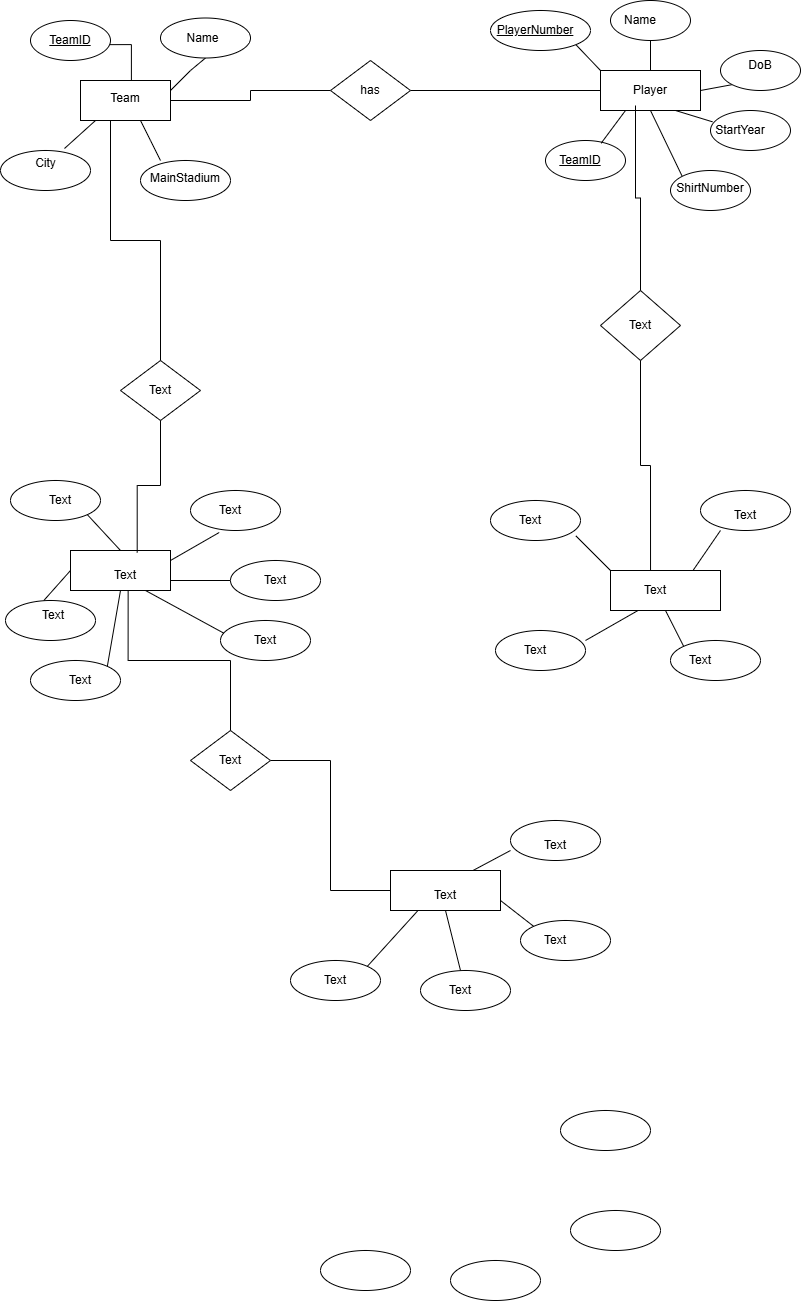
Kavindi2002/Kavindi2002 keeps this draw.io diagram as Untitled Diagram.drawio.png. Above is the earlier version. Source tidied: cells renumbered, new cells last; positions are measured from the earlier drawing's top-left corner, leaving out a move shared by most shapes.
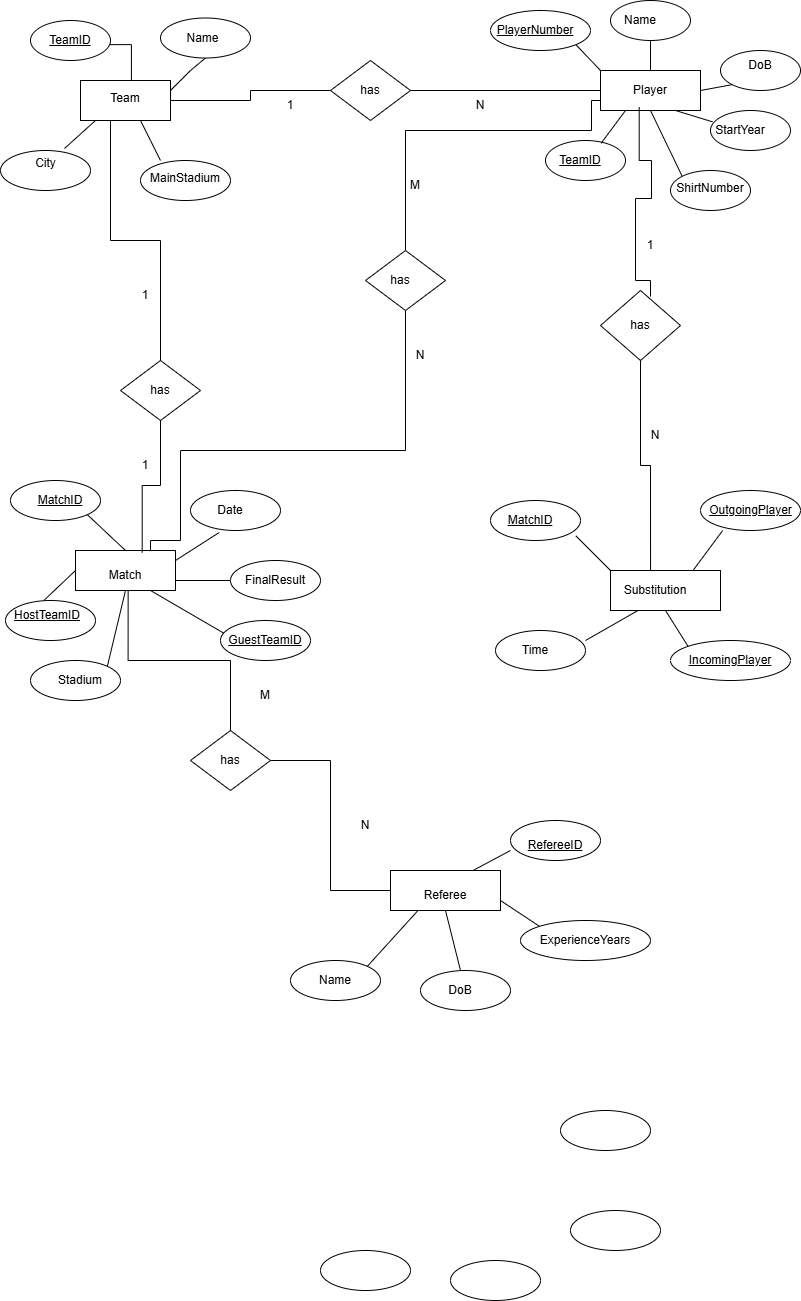
Later version of the same file.

The edit, as a diff of the source:
```diff
@@ -24,8 +24,18 @@
     <mxCell id="7" style="edgeStyle=none;rounded=0;jettySize=auto;html=1;exitX=0.5;exitY=1;exitDx=0;exitDy=0;entryX=1;entryY=0;entryDx=0;entryDy=0;endArrow=none;startFill=0;" parent="1" edge="1" source="8" target="38">
       <mxGeometry relative="1" as="geometry" />
     </mxCell>
+    <mxCell id="103" style="edgeStyle=orthogonalEdgeStyle;rounded=0;jettySize=auto;html=1;exitX=0.75;exitY=0;exitDx=0;exitDy=0;endArrow=none;startFill=0;" parent="1" edge="1" source="8" target="113">
+      <mxGeometry relative="1" as="geometry">
+        <Array as="points">
+          <mxPoint x="150" y="540" />
+          <mxPoint x="180" y="540" />
+          <mxPoint x="180" y="450" />
+          <mxPoint x="405" y="450" />
+        </Array>
+      </mxGeometry>
+    </mxCell>
     <mxCell id="8" style="rounded=0;whiteSpace=wrap;html=1;" parent="1" vertex="1">
-      <mxGeometry x="70" y="550" width="100" height="40" as="geometry" />
+      <mxGeometry x="75" y="550" width="100" height="40" as="geometry" />
     </mxCell>
     <mxCell id="9" style="rounded=0;jettySize=auto;html=1;exitX=0;exitY=0;exitDx=0;exitDy=0;entryX=1;entryY=1;entryDx=0;entryDy=0;endArrow=none;startFill=0;" parent="1" edge="1" source="13" target="33">
       <mxGeometry relative="1" as="geometry" />
@@ -133,10 +143,10 @@
       <mxGeometry x="510" y="820" width="90" height="40" as="geometry" />
     </mxCell>
     <mxCell id="44" style="ellipse;whiteSpace=wrap;html=1;" parent="1" vertex="1">
-      <mxGeometry x="700" y="490" width="90" height="40" as="geometry" />
+      <mxGeometry x="700" y="490" width="100" height="40" as="geometry" />
     </mxCell>
     <mxCell id="45" style="ellipse;whiteSpace=wrap;html=1;" parent="1" vertex="1">
-      <mxGeometry x="670" y="640" width="90" height="40" as="geometry" />
+      <mxGeometry x="670" y="640" width="120" height="40" as="geometry" />
     </mxCell>
     <mxCell id="46" style="ellipse;whiteSpace=wrap;html=1;" parent="1" vertex="1">
       <mxGeometry x="560" y="1110" width="90" height="40" as="geometry" />
@@ -145,7 +155,7 @@
       <mxGeometry x="570" y="1210" width="90" height="40" as="geometry" />
     </mxCell>
     <mxCell id="48" style="ellipse;whiteSpace=wrap;html=1;" parent="1" vertex="1">
-      <mxGeometry x="520" y="920" width="90" height="40" as="geometry" />
+      <mxGeometry x="520" y="920" width="130" height="40" as="geometry" />
     </mxCell>
     <mxCell id="49" style="ellipse;whiteSpace=wrap;html=1;" parent="1" vertex="1">
       <mxGeometry x="495" y="630" width="90" height="40" as="geometry" />
@@ -206,8 +216,17 @@
     <mxCell id="64" value="has" style="text;html=1;align=center;verticalAlign=middle;whiteSpace=wrap;rounded=0;" parent="1" vertex="1">
       <mxGeometry x="340" y="75" width="60" height="30" as="geometry" />
     </mxCell>
-    <mxCell id="65" style="edgeStyle=orthogonalEdgeStyle;rounded=0;jettySize=auto;html=1;exitX=0.25;exitY=1;exitDx=0;exitDy=0;entryX=0.5;entryY=0;entryDx=0;entryDy=0;endArrow=none;startFill=0;" parent="1" edge="1" source="66" target="21">
-      <mxGeometry relative="1" as="geometry" />
+    <mxCell id="65" style="edgeStyle=orthogonalEdgeStyle;rounded=0;jettySize=auto;html=1;entryX=0.625;entryY=0.086;entryDx=0;entryDy=0;endArrow=none;startFill=0;exitX=0.387;exitY=0.917;exitDx=0;exitDy=0;exitPerimeter=0;entryPerimeter=0;" parent="1" edge="1" source="13" target="21">
+      <mxGeometry relative="1" as="geometry">
+        <Array as="points">
+          <mxPoint x="639" y="160" />
+          <mxPoint x="651" y="160" />
+          <mxPoint x="651" y="198" />
+          <mxPoint x="635" y="198" />
+          <mxPoint x="635" y="280" />
+          <mxPoint x="650" y="280" />
+        </Array>
+      </mxGeometry>
     </mxCell>
     <mxCell id="66" value="&lt;span&gt;Player&lt;/span&gt;" style="text;html=1;align=center;verticalAlign=middle;whiteSpace=wrap;rounded=0;" parent="1" vertex="1">
       <mxGeometry x="620" y="75" width="60" height="30" as="geometry" />
@@ -266,65 +285,110 @@
     <mxCell id="82" style="edgeStyle=none;rounded=0;jettySize=auto;html=1;exitX=0.75;exitY=0;exitDx=0;exitDy=0;entryX=0;entryY=0.75;entryDx=0;entryDy=0;entryPerimeter=0;endArrow=none;startFill=0;" parent="1" edge="1" source="25" target="43">
       <mxGeometry relative="1" as="geometry" />
     </mxCell>
-    <mxCell id="83" value="Text" style="text;html=1;align=center;verticalAlign=middle;whiteSpace=wrap;rounded=0;" parent="1" vertex="1">
+    <mxCell id="83" value="has" style="text;html=1;align=center;verticalAlign=middle;whiteSpace=wrap;rounded=0;" parent="1" vertex="1">
       <mxGeometry x="130" y="375" width="60" height="30" as="geometry" />
     </mxCell>
-    <mxCell id="84" value="Text" style="text;html=1;align=center;verticalAlign=middle;whiteSpace=wrap;rounded=0;" parent="1" vertex="1">
+    <mxCell id="84" value="has" style="text;html=1;align=center;verticalAlign=middle;whiteSpace=wrap;rounded=0;" parent="1" vertex="1">
       <mxGeometry x="610" y="310" width="60" height="30" as="geometry" />
     </mxCell>
-    <mxCell id="85" value="Text" style="text;html=1;align=center;verticalAlign=middle;whiteSpace=wrap;rounded=0;" parent="1" vertex="1">
+    <mxCell id="85" value="has" style="text;html=1;align=center;verticalAlign=middle;whiteSpace=wrap;rounded=0;" parent="1" vertex="1">
       <mxGeometry x="200" y="745" width="60" height="30" as="geometry" />
     </mxCell>
-    <mxCell id="86" value="Text" style="text;html=1;align=center;verticalAlign=middle;whiteSpace=wrap;rounded=0;" parent="1" vertex="1">
+    <mxCell id="86" value="&lt;u&gt;MatchID&lt;/u&gt;" style="text;html=1;align=center;verticalAlign=middle;whiteSpace=wrap;rounded=0;" parent="1" vertex="1">
       <mxGeometry x="30" y="485" width="60" height="30" as="geometry" />
     </mxCell>
-    <mxCell id="87" value="Text" style="text;html=1;align=center;verticalAlign=middle;whiteSpace=wrap;rounded=0;" parent="1" vertex="1">
-      <mxGeometry x="22.5" y="600" width="60" height="30" as="geometry" />
+    <mxCell id="87" value="&lt;u&gt;HostTeamID&lt;/u&gt;" style="text;html=1;align=center;verticalAlign=middle;whiteSpace=wrap;rounded=0;" parent="1" vertex="1">
+      <mxGeometry x="22.5" y="600" width="47.5" height="30" as="geometry" />
     </mxCell>
-    <mxCell id="88" value="Text" style="text;html=1;align=center;verticalAlign=middle;whiteSpace=wrap;rounded=0;" parent="1" vertex="1">
+    <mxCell id="88" value="Stadium" style="text;html=1;align=center;verticalAlign=middle;whiteSpace=wrap;rounded=0;" parent="1" vertex="1">
       <mxGeometry x="50" y="665" width="60" height="30" as="geometry" />
     </mxCell>
-    <mxCell id="89" value="Text" style="text;html=1;align=center;verticalAlign=middle;whiteSpace=wrap;rounded=0;" parent="1" vertex="1">
+    <mxCell id="89" value="&lt;u&gt;GuestTeamID &lt;/u&gt;" style="text;html=1;align=center;verticalAlign=middle;whiteSpace=wrap;rounded=0;" parent="1" vertex="1">
       <mxGeometry x="235" y="625" width="60" height="30" as="geometry" />
     </mxCell>
-    <mxCell id="90" value="Text" style="text;html=1;align=center;verticalAlign=middle;whiteSpace=wrap;rounded=0;" parent="1" vertex="1">
+    <mxCell id="90" value="FinalResult" style="text;html=1;align=center;verticalAlign=middle;whiteSpace=wrap;rounded=0;" parent="1" vertex="1">
       <mxGeometry x="245" y="565" width="60" height="30" as="geometry" />
     </mxCell>
-    <mxCell id="91" value="Text" style="text;html=1;align=center;verticalAlign=middle;whiteSpace=wrap;rounded=0;" parent="1" vertex="1">
+    <mxCell id="91" value="Date" style="text;html=1;align=center;verticalAlign=middle;whiteSpace=wrap;rounded=0;" parent="1" vertex="1">
       <mxGeometry x="200" y="495" width="60" height="30" as="geometry" />
     </mxCell>
-    <mxCell id="92" value="Text" style="text;html=1;align=center;verticalAlign=middle;whiteSpace=wrap;rounded=0;" parent="1" vertex="1">
+    <mxCell id="92" value="Match" style="text;html=1;align=center;verticalAlign=middle;whiteSpace=wrap;rounded=0;" parent="1" vertex="1">
       <mxGeometry x="95" y="560" width="60" height="30" as="geometry" />
     </mxCell>
-    <mxCell id="93" value="Text" style="text;html=1;align=center;verticalAlign=middle;whiteSpace=wrap;rounded=0;" parent="1" vertex="1">
+    <mxCell id="93" value="&lt;span&gt;Referee&lt;/span&gt;" style="text;html=1;align=center;verticalAlign=middle;whiteSpace=wrap;rounded=0;" parent="1" vertex="1">
       <mxGeometry x="415" y="880" width="60" height="30" as="geometry" />
     </mxCell>
-    <mxCell id="94" value="Text" style="text;html=1;align=center;verticalAlign=middle;whiteSpace=wrap;rounded=0;" parent="1" vertex="1">
-      <mxGeometry x="670" y="645" width="60" height="30" as="geometry" />
+    <mxCell id="94" value="&lt;u&gt; IncomingPlayer&lt;/u&gt;" style="text;html=1;align=center;verticalAlign=middle;whiteSpace=wrap;rounded=0;" parent="1" vertex="1">
+      <mxGeometry x="700" y="645" width="60" height="30" as="geometry" />
     </mxCell>
-    <mxCell id="95" value="Text" style="text;html=1;align=center;verticalAlign=middle;whiteSpace=wrap;rounded=0;" parent="1" vertex="1">
+    <mxCell id="95" value=" Time" style="text;html=1;align=center;verticalAlign=middle;whiteSpace=wrap;rounded=0;" parent="1" vertex="1">
       <mxGeometry x="505" y="635" width="60" height="30" as="geometry" />
     </mxCell>
-    <mxCell id="96" value="Text" style="text;html=1;align=center;verticalAlign=middle;whiteSpace=wrap;rounded=0;" parent="1" vertex="1">
-      <mxGeometry x="715" y="500" width="60" height="30" as="geometry" />
+    <mxCell id="96" value="&lt;u&gt;OutgoingPlayer &lt;/u&gt;" style="text;html=1;align=center;verticalAlign=middle;whiteSpace=wrap;rounded=0;" parent="1" vertex="1">
+      <mxGeometry x="727.5" y="490" width="45" height="40" as="geometry" />
     </mxCell>
-    <mxCell id="97" value="Text" style="text;html=1;align=center;verticalAlign=middle;whiteSpace=wrap;rounded=0;" parent="1" vertex="1">
+    <mxCell id="97" value="Substitution" style="text;html=1;align=center;verticalAlign=middle;whiteSpace=wrap;rounded=0;" parent="1" vertex="1">
       <mxGeometry x="625" y="575" width="60" height="30" as="geometry" />
     </mxCell>
-    <mxCell id="98" value="Text" style="text;html=1;align=center;verticalAlign=middle;whiteSpace=wrap;rounded=0;" parent="1" vertex="1">
+    <mxCell id="98" value="&lt;u&gt;MatchID&lt;/u&gt;" style="text;html=1;align=center;verticalAlign=middle;whiteSpace=wrap;rounded=0;" parent="1" vertex="1">
       <mxGeometry x="500" y="505" width="60" height="30" as="geometry" />
     </mxCell>
-    <mxCell id="99" value="Text" style="text;html=1;align=center;verticalAlign=middle;whiteSpace=wrap;rounded=0;" parent="1" vertex="1">
-      <mxGeometry x="525" y="925" width="60" height="30" as="geometry" />
+    <mxCell id="99" value="ExperienceYears" style="text;html=1;align=center;verticalAlign=middle;whiteSpace=wrap;rounded=0;" parent="1" vertex="1">
+      <mxGeometry x="555" y="925" width="60" height="30" as="geometry" />
     </mxCell>
-    <mxCell id="100" value="Text" style="text;html=1;align=center;verticalAlign=middle;whiteSpace=wrap;rounded=0;" parent="1" vertex="1">
+    <mxCell id="100" value="&lt;u&gt;RefereeID &lt;/u&gt;" style="text;html=1;align=center;verticalAlign=middle;whiteSpace=wrap;rounded=0;" parent="1" vertex="1">
       <mxGeometry x="525" y="830" width="60" height="30" as="geometry" />
     </mxCell>
-    <mxCell id="101" value="Text" style="text;html=1;align=center;verticalAlign=middle;whiteSpace=wrap;rounded=0;" parent="1" vertex="1">
+    <mxCell id="101" value="DoB" style="text;html=1;align=center;verticalAlign=middle;whiteSpace=wrap;rounded=0;" parent="1" vertex="1">
       <mxGeometry x="430" y="975" width="60" height="30" as="geometry" />
     </mxCell>
-    <mxCell id="102" value="Text" style="text;html=1;align=center;verticalAlign=middle;whiteSpace=wrap;rounded=0;" parent="1" vertex="1">
+    <mxCell id="102" value="Name" style="text;html=1;align=center;verticalAlign=middle;whiteSpace=wrap;rounded=0;" parent="1" vertex="1">
       <mxGeometry x="305" y="965" width="60" height="30" as="geometry" />
     </mxCell>
+    <mxCell id="104" value="N" style="text;html=1;align=center;verticalAlign=middle;whiteSpace=wrap;rounded=0;" parent="1" vertex="1">
+      <mxGeometry x="335" y="810" width="60" height="30" as="geometry" />
+    </mxCell>
+    <mxCell id="105" value="M" style="text;html=1;align=center;verticalAlign=middle;whiteSpace=wrap;rounded=0;" parent="1" vertex="1">
+      <mxGeometry x="235" y="680" width="60" height="30" as="geometry" />
+    </mxCell>
+    <mxCell id="106" value="N" style="text;html=1;align=center;verticalAlign=middle;whiteSpace=wrap;rounded=0;" parent="1" vertex="1">
+      <mxGeometry x="600" y="420" width="110" height="30" as="geometry" />
+    </mxCell>
+    <mxCell id="107" value="1" style="text;html=1;align=center;verticalAlign=middle;whiteSpace=wrap;rounded=0;" parent="1" vertex="1">
+      <mxGeometry x="630" y="230" width="40" height="30" as="geometry" />
+    </mxCell>
+    <mxCell id="108" value="1" style="text;html=1;align=center;verticalAlign=middle;whiteSpace=wrap;rounded=0;" parent="1" vertex="1">
+      <mxGeometry x="130" y="280" width="30" height="30" as="geometry" />
+    </mxCell>
+    <mxCell id="109" value="1" style="text;html=1;align=center;verticalAlign=middle;whiteSpace=wrap;rounded=0;" parent="1" vertex="1">
+      <mxGeometry x="130" y="450" width="30" height="30" as="geometry" />
+    </mxCell>
+    <mxCell id="110" value="N" style="text;html=1;align=center;verticalAlign=middle;whiteSpace=wrap;rounded=0;" parent="1" vertex="1">
+      <mxGeometry x="450" y="90" width="60" height="30" as="geometry" />
+    </mxCell>
+    <mxCell id="111" value="1" style="text;html=1;align=center;verticalAlign=middle;whiteSpace=wrap;rounded=0;" parent="1" vertex="1">
+      <mxGeometry x="260" y="90" width="60" height="30" as="geometry" />
+    </mxCell>
+    <mxCell id="112" style="edgeStyle=orthogonalEdgeStyle;rounded=0;jettySize=auto;html=1;exitX=0.5;exitY=0;exitDx=0;exitDy=0;entryX=0;entryY=0.75;entryDx=0;entryDy=0;endArrow=none;startFill=0;" parent="1" edge="1" source="113" target="13">
+      <mxGeometry relative="1" as="geometry">
+        <Array as="points">
+          <mxPoint x="405" y="130" />
+          <mxPoint x="591" y="130" />
+          <mxPoint x="591" y="100" />
+        </Array>
+      </mxGeometry>
+    </mxCell>
+    <mxCell id="113" style="rhombus;whiteSpace=wrap;html=1;" parent="1" vertex="1">
+      <mxGeometry x="365" y="250" width="80" height="60" as="geometry" />
+    </mxCell>
+    <mxCell id="114" value="N" style="text;html=1;align=center;verticalAlign=middle;whiteSpace=wrap;rounded=0;" parent="1" vertex="1">
+      <mxGeometry x="390" y="340" width="60" height="30" as="geometry" />
+    </mxCell>
+    <mxCell id="115" value="M" style="text;html=1;align=center;verticalAlign=middle;whiteSpace=wrap;rounded=0;" parent="1" vertex="1">
+      <mxGeometry x="385" y="170" width="60" height="30" as="geometry" />
+    </mxCell>
+    <mxCell id="116" value="has" style="text;html=1;align=center;verticalAlign=middle;whiteSpace=wrap;rounded=0;" parent="1" vertex="1">
+      <mxGeometry x="370" y="265" width="60" height="30" as="geometry" />
+    </mxCell>
   </root>
 </mxGraphModel>
```
